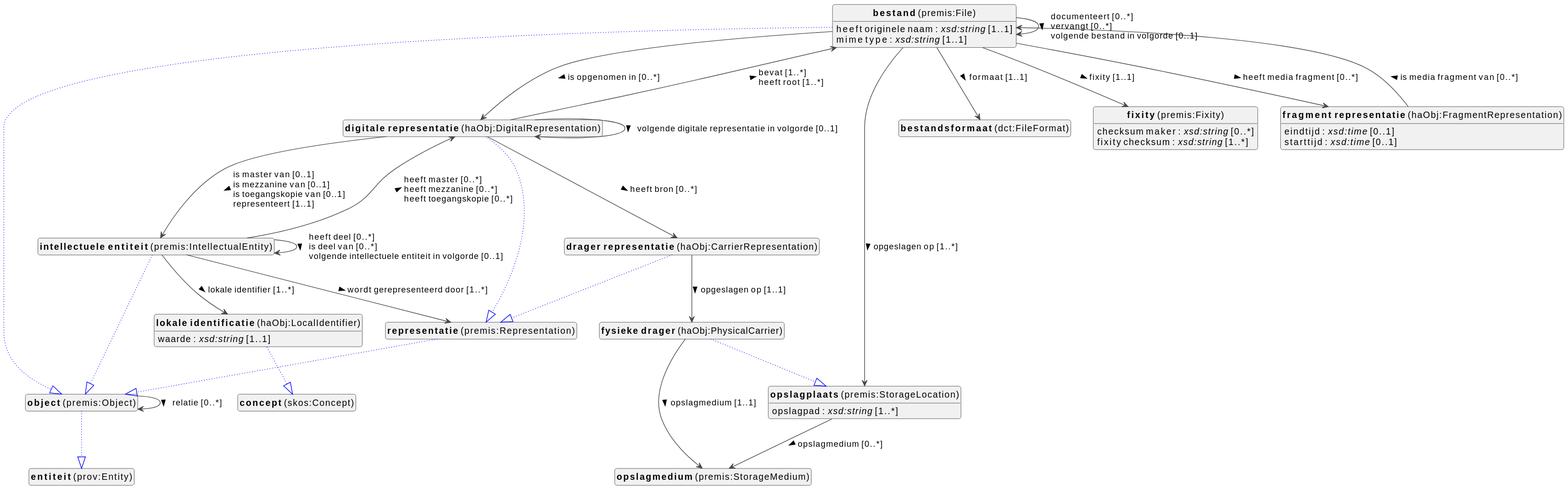
This is docs/metadata/knowledge-graph/0.0.1/object/nl/object-diagram.svg from viaacode/documentation-jekyll, a PlantUML export, as it was before one commit.
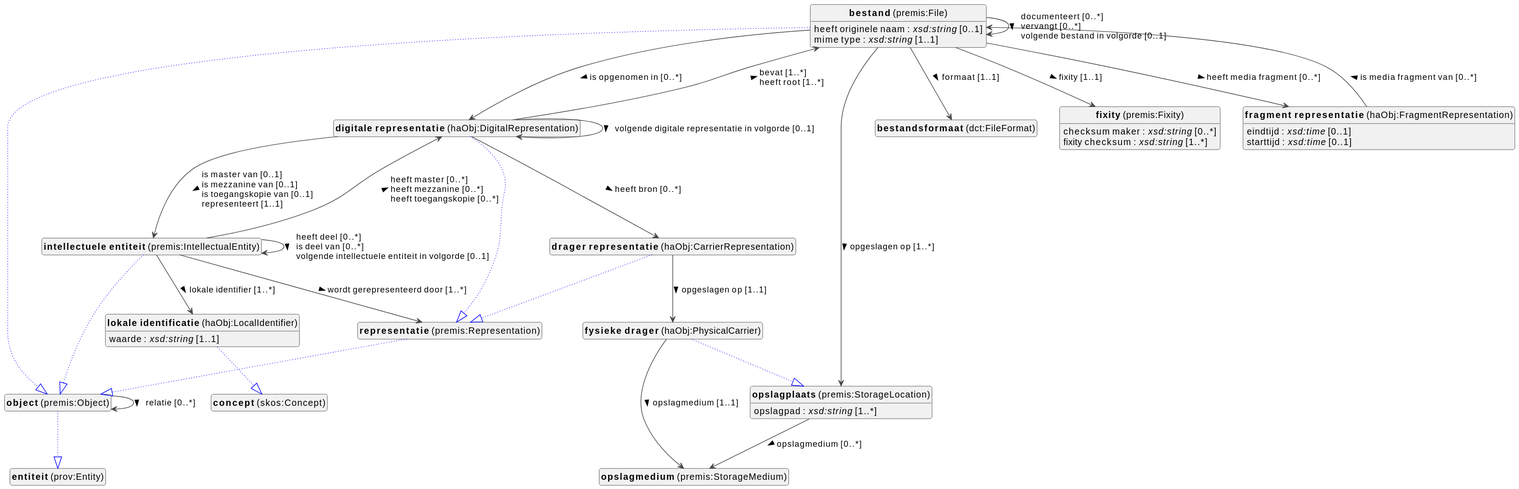
Later version of the same file.

Change to the diagram source:
```diff
@@ -35,7 +35,7 @@
 premis_File --|> premis_Object #blue;line.dotted;text:blue
 
 premis_File : heeft (bestands)grootte : <i>xsd:nonNegativeInteger</i> [1..1]
-premis_File : heeft originele naam : <i>xsd:string</i> [1..1]
+premis_File : heeft originele naam : <i>xsd:string</i> [0..1]
 premis_File : mime type : <i>xsd:string</i> [1..1]
 premis_File --> dct_FileFormat :formaat [1..1]  >
 premis_File --> haObj_DigitalRepresentation :is opgenomen in [0..*]  >
```
